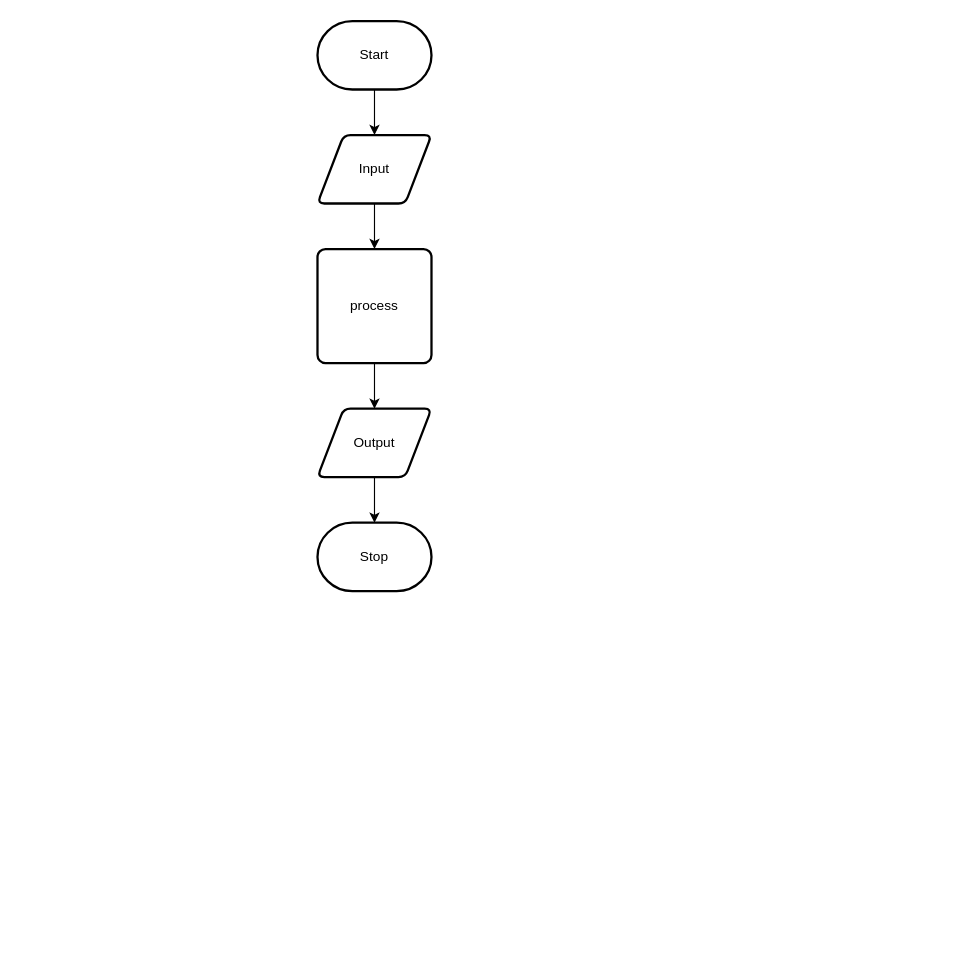
Kenny-Le-281/ICS2O-Unit5-05-HTML keeps this draw.io diagram as design/flow-chart.drawio. Above is the earlier version. Source tidied: cells renumbered, new cells numbered last; positions are measured from the earlier drawing's top-left corner, leaving out a move shared by most shapes. Both pictures are drawn from the tidied source at 114%, with x=0, y=0 at pixel (317, 21).
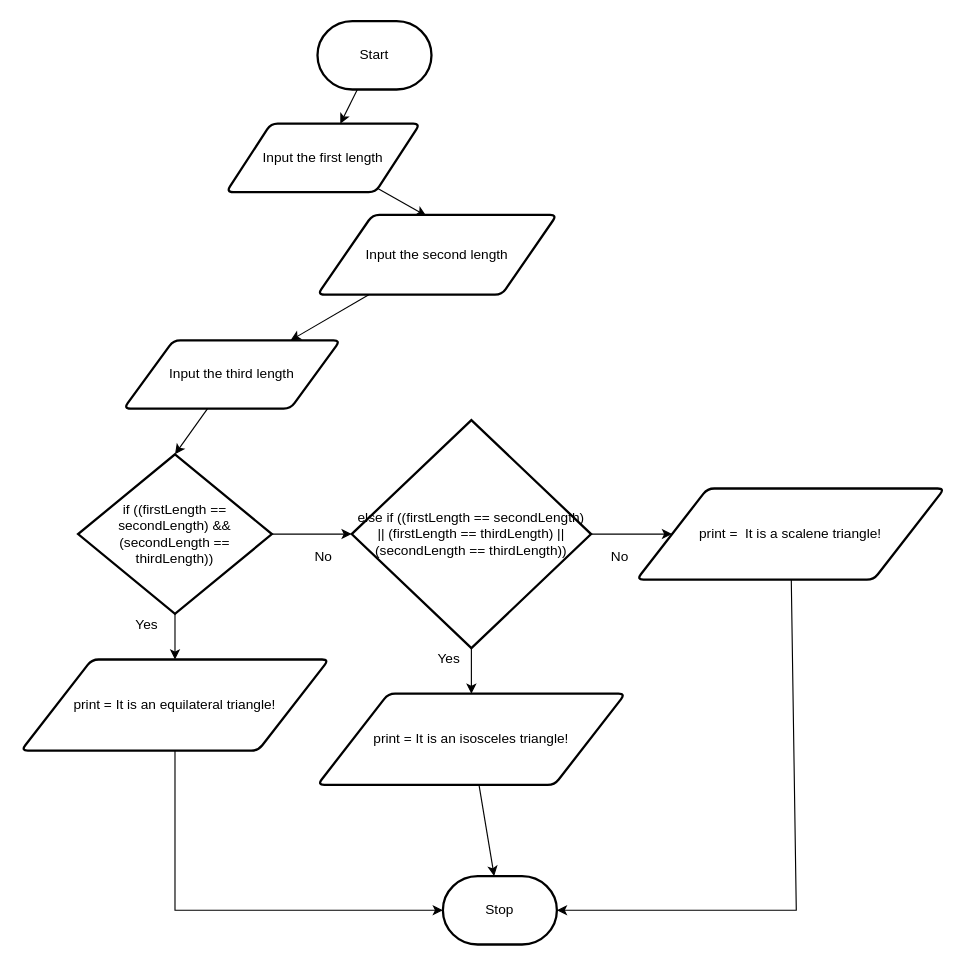
The same diagram, later.

Diff of the diagram source:
```diff
@@
-    <mxCell id="4" style="edgeStyle=none;html=1;" parent="1" edge="1" source="5" target="7">
-      <mxGeometry relative="1" as="geometry" />
-    </mxCell>
+    <mxCell id="11" style="edgeStyle=none;html=1;entryX=0.454;entryY=0.011;entryDx=0;entryDy=0;entryPerimeter=0;" parent="1" edge="1" source="5" target="8">
+      <mxGeometry relative="1" as="geometry" />
+    </mxCell>
-    <mxCell id="5" value="Input" style="shape=parallelogram;html=1;strokeWidth=2;perimeter=parallelogramPerimeter;whiteSpace=wrap;rounded=1;arcSize=12;size=0.23;" parent="1" vertex="1">
-      <mxGeometry y="100" width="100" height="60" as="geometry" />
+    <mxCell id="5" value="Input the first length" style="shape=parallelogram;html=1;strokeWidth=2;perimeter=parallelogramPerimeter;whiteSpace=wrap;rounded=1;arcSize=12;size=0.23;" parent="1" vertex="1">
+      <mxGeometry x="-80" y="90" width="170" height="60" as="geometry" />
     </mxCell>
-    <mxCell id="6" style="edgeStyle=none;html=1;" parent="1" edge="1" source="7" target="9">
-      <mxGeometry relative="1" as="geometry" />
-    </mxCell>
-    <mxCell id="7" value="process" style="rounded=1;whiteSpace=wrap;html=1;absoluteArcSize=1;arcSize=14;strokeWidth=2;" parent="1" vertex="1">
-      <mxGeometry y="200" width="100" height="100" as="geometry" />
-    </mxCell>
+    <mxCell id="12" style="edgeStyle=none;html=1;" parent="1" edge="1" source="8" target="14">
+      <mxGeometry relative="1" as="geometry" />
+    </mxCell>
-    <mxCell id="8" style="edgeStyle=none;html=1;" parent="1" edge="1" source="9" target="10">
-      <mxGeometry relative="1" as="geometry" />
+    <mxCell id="8" value="Input the second length" style="shape=parallelogram;html=1;strokeWidth=2;perimeter=parallelogramPerimeter;whiteSpace=wrap;rounded=1;arcSize=12;size=0.23;" parent="1" vertex="1">
+      <mxGeometry y="170" width="210" height="70" as="geometry" />
     </mxCell>
-    <mxCell id="9" value="Output" style="shape=parallelogram;html=1;strokeWidth=2;perimeter=parallelogramPerimeter;whiteSpace=wrap;rounded=1;arcSize=12;size=0.23;" parent="1" vertex="1">
-      <mxGeometry y="340" width="100" height="60" as="geometry" />
-    </mxCell>
+    <mxCell id="13" style="edgeStyle=none;html=1;entryX=0.5;entryY=0;entryDx=0;entryDy=0;entryPerimeter=0;" parent="1" edge="1" source="14" target="17">
+      <mxGeometry relative="1" as="geometry" />
+    </mxCell>
+    <mxCell id="14" value="Input the third length" style="shape=parallelogram;html=1;strokeWidth=2;perimeter=parallelogramPerimeter;whiteSpace=wrap;rounded=1;arcSize=12;size=0.23;" parent="1" vertex="1">
+      <mxGeometry x="-170" y="280" width="190" height="60" as="geometry" />
+    </mxCell>
+    <mxCell id="15" style="edgeStyle=none;html=1;" parent="1" edge="1" source="17" target="19">
+      <mxGeometry relative="1" as="geometry" />
+    </mxCell>
+    <mxCell id="16" style="edgeStyle=none;html=1;entryX=0;entryY=0.5;entryDx=0;entryDy=0;entryPerimeter=0;" parent="1" edge="1" source="17" target="26">
+      <mxGeometry relative="1" as="geometry" />
+    </mxCell>
+    <mxCell id="17" value="if ((firstLength == secondLength) &amp;amp;&amp;amp; (secondLength == thirdLength))" style="strokeWidth=2;html=1;shape=mxgraph.flowchart.decision;whiteSpace=wrap;" parent="1" vertex="1">
+      <mxGeometry x="-210" y="380" width="170" height="140" as="geometry" />
+    </mxCell>
+    <mxCell id="18" style="edgeStyle=none;html=1;entryX=0;entryY=0.5;entryDx=0;entryDy=0;entryPerimeter=0;rounded=0;" parent="1" edge="1" source="19" target="10">
+      <mxGeometry relative="1" as="geometry">
+        <Array as="points">
+          <mxPoint x="-125" y="780" />
+        </Array>
+      </mxGeometry>
+    </mxCell>
+    <mxCell id="19" value="print =&amp;nbsp;It is an equilateral triangle!" style="shape=parallelogram;html=1;strokeWidth=2;perimeter=parallelogramPerimeter;whiteSpace=wrap;rounded=1;arcSize=12;size=0.23;" parent="1" vertex="1">
+      <mxGeometry x="-260" y="560" width="270" height="80" as="geometry" />
+    </mxCell>
+    <mxCell id="20" value="Yes" style="text;html=1;align=center;verticalAlign=middle;fillColor=none;strokeColor=none;rounded=0;" parent="1" vertex="1">
+      <mxGeometry x="-170" y="520" width="40" height="20" as="geometry" />
+    </mxCell>
+    <mxCell id="21" value="No" style="text;html=1;align=center;verticalAlign=middle;fillColor=none;strokeColor=none;rounded=0;" parent="1" vertex="1">
+      <mxGeometry x="-10" y="460" width="30" height="20" as="geometry" />
+    </mxCell>
+    <mxCell id="22" style="edgeStyle=none;rounded=0;html=1;" parent="1" edge="1" source="23" target="10">
+      <mxGeometry relative="1" as="geometry" />
+    </mxCell>
+    <mxCell id="23" value="print =&amp;nbsp;It is an isosceles triangle!" style="shape=parallelogram;html=1;strokeWidth=2;perimeter=parallelogramPerimeter;whiteSpace=wrap;rounded=1;arcSize=12;size=0.23;" parent="1" vertex="1">
+      <mxGeometry y="590" width="270" height="80" as="geometry" />
+    </mxCell>
+    <mxCell id="24" style="edgeStyle=none;html=1;entryX=0.5;entryY=0;entryDx=0;entryDy=0;" parent="1" edge="1" source="26" target="23">
+      <mxGeometry relative="1" as="geometry" />
+    </mxCell>
+    <mxCell id="25" style="edgeStyle=none;html=1;" parent="1" edge="1" source="26" target="28">
+      <mxGeometry relative="1" as="geometry" />
+    </mxCell>
+    <mxCell id="26" value="else if ((firstLength == secondLength) || (firstLength == thirdLength) || (secondLength == thirdLength))" style="strokeWidth=2;html=1;shape=mxgraph.flowchart.decision;whiteSpace=wrap;" parent="1" vertex="1">
+      <mxGeometry x="30" y="350" width="210" height="200" as="geometry" />
+    </mxCell>
+    <mxCell id="27" style="edgeStyle=none;rounded=0;html=1;entryX=1;entryY=0.5;entryDx=0;entryDy=0;entryPerimeter=0;" parent="1" edge="1" source="28" target="10">
+      <mxGeometry relative="1" as="geometry">
+        <Array as="points">
+          <mxPoint x="420" y="780" />
+        </Array>
+      </mxGeometry>
+    </mxCell>
+    <mxCell id="28" value="print =&amp;nbsp;&amp;nbsp;It is a scalene triangle!" style="shape=parallelogram;html=1;strokeWidth=2;perimeter=parallelogramPerimeter;whiteSpace=wrap;rounded=1;arcSize=12;size=0.23;" parent="1" vertex="1">
+      <mxGeometry x="280" y="410" width="270" height="80" as="geometry" />
+    </mxCell>
+    <mxCell id="29" value="No" style="text;html=1;align=center;verticalAlign=middle;fillColor=none;strokeColor=none;rounded=0;" parent="1" vertex="1">
+      <mxGeometry x="250" y="460" width="30" height="20" as="geometry" />
+    </mxCell>
+    <mxCell id="30" value="Yes" style="text;html=1;align=center;verticalAlign=middle;fillColor=none;strokeColor=none;rounded=0;" parent="1" vertex="1">
+      <mxGeometry x="95" y="550" width="40" height="20" as="geometry" />
+    </mxCell>
     <mxCell id="10" value="Stop" style="strokeWidth=2;html=1;shape=mxgraph.flowchart.terminator;whiteSpace=wrap;" parent="1" vertex="1">
-      <mxGeometry y="440" width="100" height="60" as="geometry" />
+      <mxGeometry x="110" y="750" width="100" height="60" as="geometry" />
     </mxCell>
```
